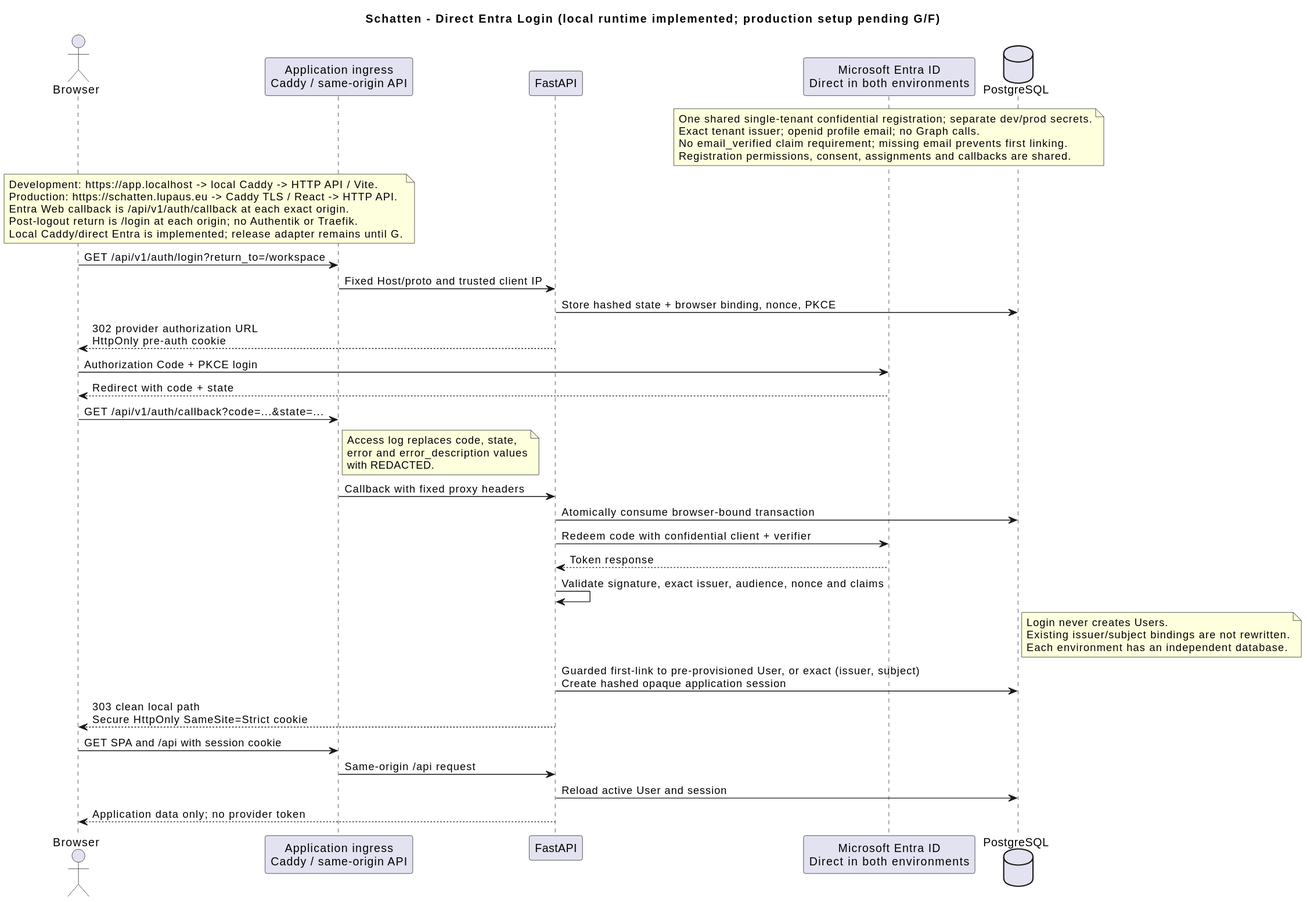
Above: docs/diagrams/generated/sequence-oidc-login.svg in lupaus-eu/shadow (PlantUML), before the change.
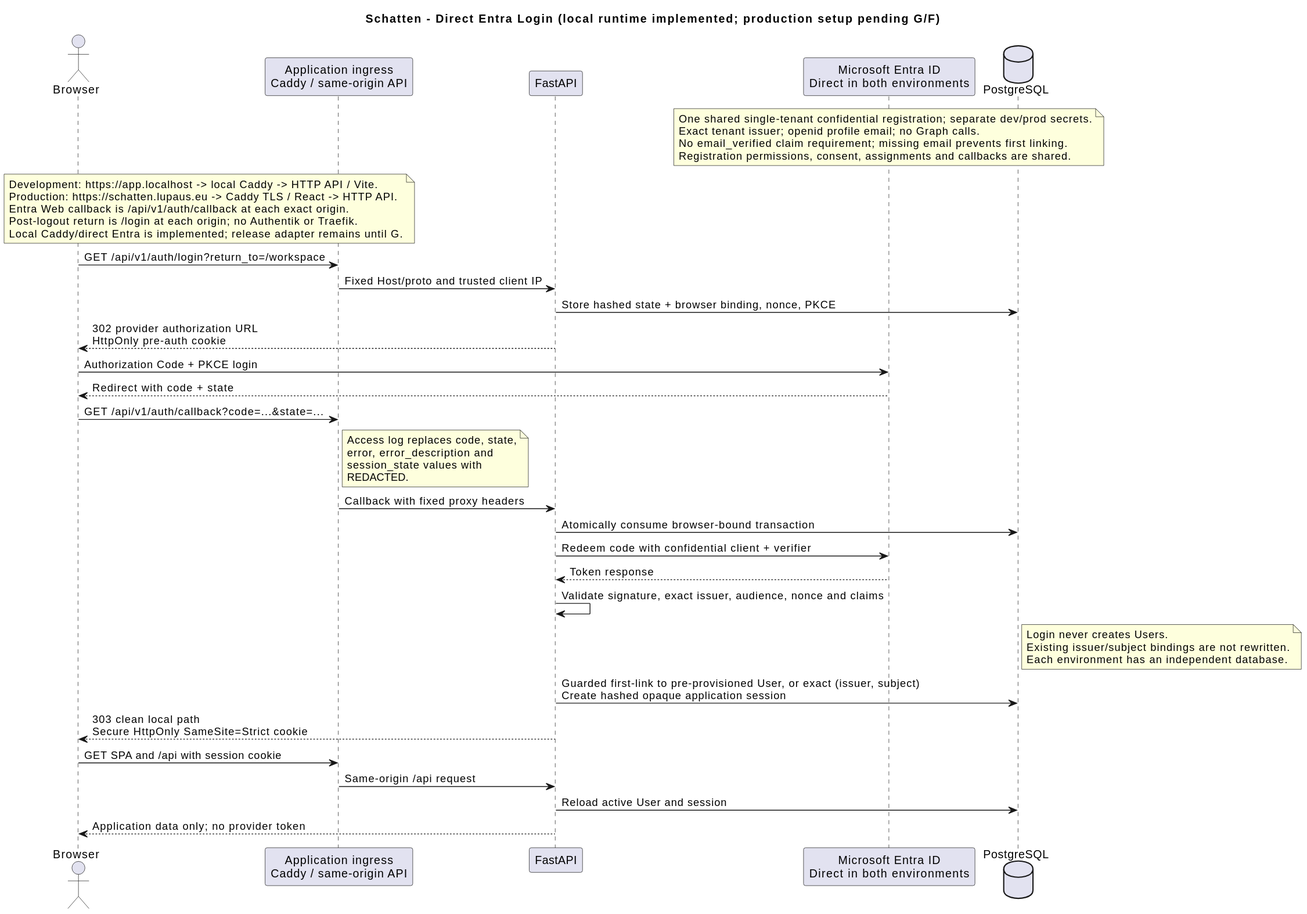
The same file after the commit.

The edit, as a diff of the source:
```diff
@@ -31,8 +31,9 @@
 Browser -> Caddy : GET /api/v1/auth/callback?code=...&state=...
 note right of Caddy
   Access log replaces code, state,
-  error and error_description values
-  with REDACTED.
+  error, error_description and
+  session_state values with
+  REDACTED.
 end note
 Caddy -> API : Callback with fixed proxy headers
 API -> DB : Atomically consume browser-bound transaction
```
